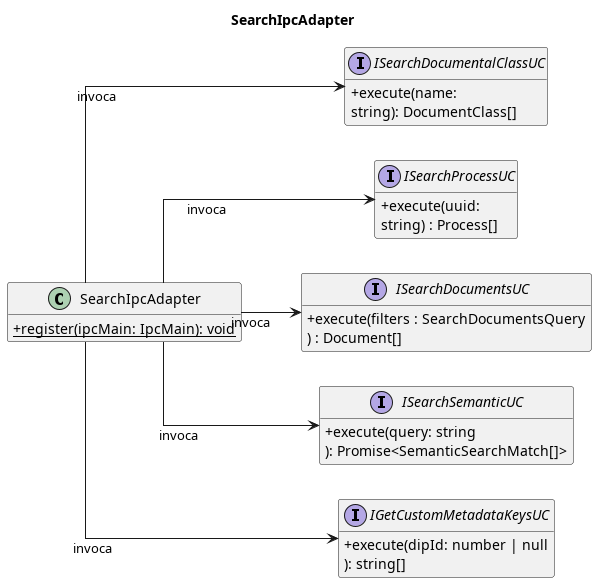
Earlier version of the PlantUML export out/3_PB/DocumentiEsterni/DiagrammiSpecificaTecnica/C4/C4_backend_Search/C4_backend_Search.png (7-ZPUs/Docs).
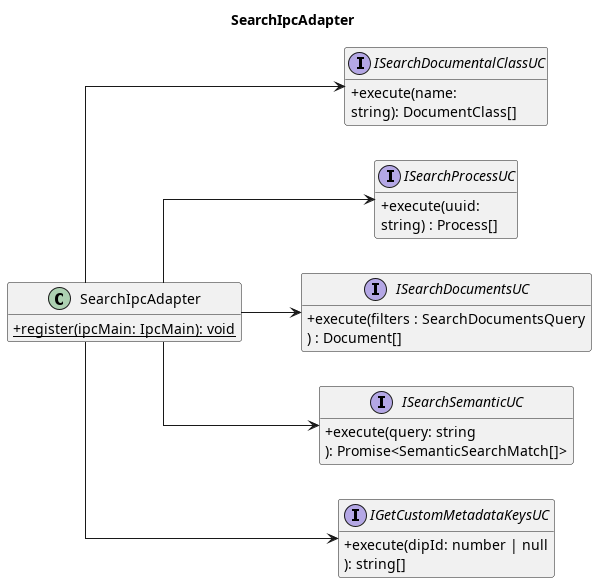
Above is the later version.

Diff of the diagram source:
```diff
@@ -31,10 +31,10 @@
     ): string[]
 }
 
-SearchIpcAdapter --> ISearchDocumentalClassUC : invoca
-SearchIpcAdapter --> ISearchProcessUC         : invoca
-SearchIpcAdapter --> ISearchDocumentsUC       : invoca
-SearchIpcAdapter --> ISearchSemanticUC        : invoca
-SearchIpcAdapter --> IGetCustomMetadataKeysUC : invoca
+SearchIpcAdapter --> ISearchDocumentalClassUC
+SearchIpcAdapter --> ISearchProcessUC
+SearchIpcAdapter --> ISearchDocumentsUC
+SearchIpcAdapter --> ISearchSemanticUC
+SearchIpcAdapter --> IGetCustomMetadataKeysUC
 
 @enduml
```
